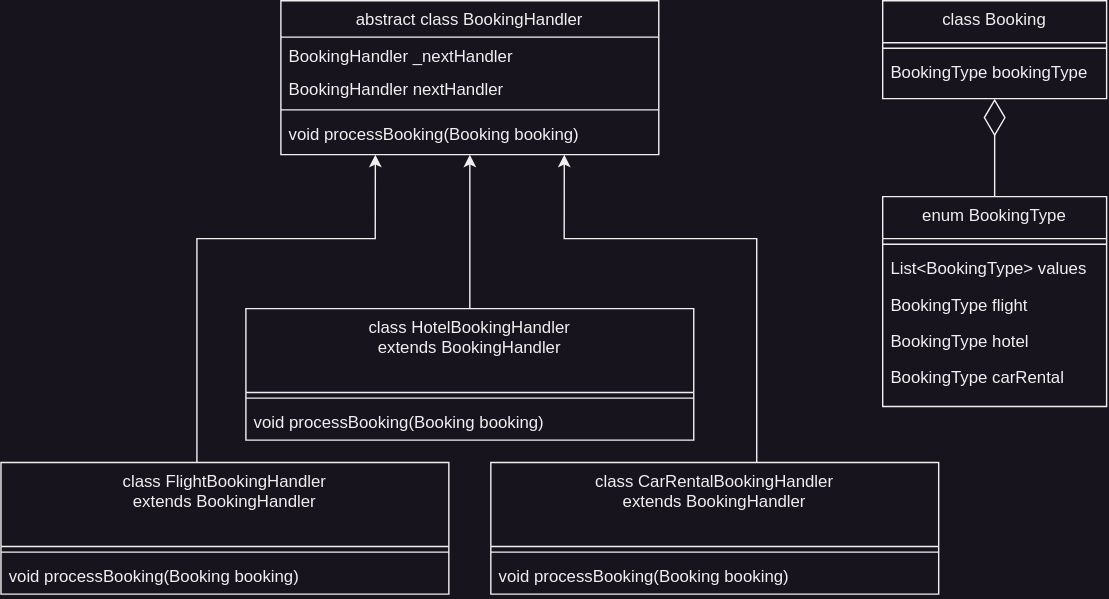
The draw.io diagram patt_chain_of_resp.svg in Alex-0277911/chain_of_responsibility_pattern, before a commit. Source tidied: cells renumbered, new cells last; positions are measured from the earlier drawing's top-left corner, leaving out a move shared by most shapes. The source it was exported from:
```xml
<mxGraphModel>
  <root>
    <mxCell id="0" />
    <mxCell id="1" parent="0" />
    <mxCell id="2" value="abstract class BookingHandler" style="swimlane;fontStyle=0;align=center;verticalAlign=top;horizontal=1;startSize=26;rounded=0;shadow=0;strokeWidth=1;" parent="1" vertex="1">
      <mxGeometry x="200" width="270" height="110" as="geometry" />
    </mxCell>
    <mxCell id="3" value="BookingHandler _nextHandler" style="text;align=left;verticalAlign=top;spacingLeft=4;spacingRight=4;overflow=hidden;" parent="2" vertex="1">
      <mxGeometry y="26" width="270" height="24" as="geometry" />
    </mxCell>
    <mxCell id="4" value="BookingHandler nextHandler" style="text;align=left;verticalAlign=top;spacingLeft=4;spacingRight=4;overflow=hidden;" parent="2" vertex="1">
      <mxGeometry y="50" width="270" height="24" as="geometry" />
    </mxCell>
    <mxCell id="5" style="line;strokeWidth=1;fillColor=none;align=left;verticalAlign=middle;spacingTop=-1;spacingLeft=3;spacingRight=3;labelPosition=right;strokeColor=inherit;" parent="2" vertex="1">
      <mxGeometry y="74" width="270" height="8" as="geometry" />
    </mxCell>
    <mxCell id="6" value="void processBooking(Booking booking)" style="text;align=left;verticalAlign=top;spacingLeft=4;spacingRight=4;overflow=hidden;" parent="2" vertex="1">
      <mxGeometry y="82" width="270" height="26" as="geometry" />
    </mxCell>
    <mxCell id="7" style="edgeStyle=orthogonalEdgeStyle;rounded=0;jettySize=auto;html=1;entryX=0.25;entryY=1;entryDx=0;entryDy=0;" parent="1" edge="1" source="8" target="2">
      <mxGeometry relative="1" as="geometry">
        <Array as="points">
          <mxPoint x="140" y="170" />
          <mxPoint x="267" y="170" />
        </Array>
      </mxGeometry>
    </mxCell>
    <mxCell id="8" value="class FlightBookingHandler &#10;extends BookingHandler" style="swimlane;fontStyle=0;align=center;verticalAlign=top;horizontal=1;startSize=60;rounded=0;shadow=0;strokeWidth=1;" parent="1" vertex="1">
      <mxGeometry y="330" width="320" height="94" as="geometry" />
    </mxCell>
    <mxCell id="9" style="line;strokeWidth=1;fillColor=none;align=left;verticalAlign=middle;spacingTop=-1;spacingLeft=3;spacingRight=3;labelPosition=right;strokeColor=inherit;" parent="8" vertex="1">
      <mxGeometry y="60" width="320" height="8" as="geometry" />
    </mxCell>
    <mxCell id="10" value="void processBooking(Booking booking)" style="text;align=left;verticalAlign=top;spacingLeft=4;spacingRight=4;overflow=hidden;" parent="8" vertex="1">
      <mxGeometry y="68" width="320" height="26" as="geometry" />
    </mxCell>
    <mxCell id="11" style="edgeStyle=orthogonalEdgeStyle;rounded=0;jettySize=auto;html=1;entryX=0.5;entryY=1;entryDx=0;entryDy=0;" parent="1" edge="1" source="12" target="2">
      <mxGeometry relative="1" as="geometry" />
    </mxCell>
    <mxCell id="12" value="class HotelBookingHandler &#10;extends BookingHandler" style="swimlane;fontStyle=0;align=center;verticalAlign=top;horizontal=1;startSize=60;rounded=0;shadow=0;strokeWidth=1;" parent="1" vertex="1">
      <mxGeometry x="175" y="220" width="320" height="94" as="geometry" />
    </mxCell>
    <mxCell id="13" style="line;strokeWidth=1;fillColor=none;align=left;verticalAlign=middle;spacingTop=-1;spacingLeft=3;spacingRight=3;labelPosition=right;strokeColor=inherit;" parent="12" vertex="1">
      <mxGeometry y="60" width="320" height="8" as="geometry" />
    </mxCell>
    <mxCell id="14" value="void processBooking(Booking booking)" style="text;align=left;verticalAlign=top;spacingLeft=4;spacingRight=4;overflow=hidden;" parent="12" vertex="1">
      <mxGeometry y="68" width="320" height="26" as="geometry" />
    </mxCell>
    <mxCell id="15" style="edgeStyle=orthogonalEdgeStyle;rounded=0;jettySize=auto;html=1;entryX=0.75;entryY=1;entryDx=0;entryDy=0;" parent="1" edge="1" source="16" target="2">
      <mxGeometry relative="1" as="geometry">
        <Array as="points">
          <mxPoint x="540" y="170" />
          <mxPoint x="402" y="170" />
        </Array>
      </mxGeometry>
    </mxCell>
    <mxCell id="16" value="class CarRentalBookingHandler &#10;extends BookingHandler" style="swimlane;fontStyle=0;align=center;verticalAlign=top;horizontal=1;startSize=60;rounded=0;shadow=0;strokeWidth=1;" parent="1" vertex="1">
      <mxGeometry x="350" y="330" width="320" height="94" as="geometry" />
    </mxCell>
    <mxCell id="17" style="line;strokeWidth=1;fillColor=none;align=left;verticalAlign=middle;spacingTop=-1;spacingLeft=3;spacingRight=3;labelPosition=right;strokeColor=inherit;" parent="16" vertex="1">
      <mxGeometry y="60" width="320" height="8" as="geometry" />
    </mxCell>
    <mxCell id="18" value="void processBooking(Booking booking)" style="text;align=left;verticalAlign=top;spacingLeft=4;spacingRight=4;overflow=hidden;" parent="16" vertex="1">
      <mxGeometry y="68" width="320" height="26" as="geometry" />
    </mxCell>
    <mxCell id="19" value="enum BookingType" style="swimlane;fontStyle=0;align=center;verticalAlign=top;horizontal=1;startSize=30;rounded=0;shadow=0;strokeWidth=1;" parent="1" vertex="1">
      <mxGeometry x="630" y="140" width="160" height="150" as="geometry" />
    </mxCell>
    <mxCell id="20" style="line;strokeWidth=1;fillColor=none;align=left;verticalAlign=middle;spacingTop=-1;spacingLeft=3;spacingRight=3;labelPosition=right;strokeColor=inherit;" parent="19" vertex="1">
      <mxGeometry y="30" width="160" height="8" as="geometry" />
    </mxCell>
    <mxCell id="21" value="List&lt;BookingType&gt; values" style="text;align=left;verticalAlign=top;spacingLeft=4;spacingRight=4;overflow=hidden;" parent="19" vertex="1">
      <mxGeometry y="38" width="160" height="26" as="geometry" />
    </mxCell>
    <mxCell id="22" value="BookingType flight" style="text;align=left;verticalAlign=top;spacingLeft=4;spacingRight=4;overflow=hidden;" parent="19" vertex="1">
      <mxGeometry y="64" width="160" height="26" as="geometry" />
    </mxCell>
    <mxCell id="23" value="BookingType hotel" style="text;align=left;verticalAlign=top;spacingLeft=4;spacingRight=4;overflow=hidden;" parent="19" vertex="1">
      <mxGeometry y="90" width="160" height="26" as="geometry" />
    </mxCell>
    <mxCell id="24" value="BookingType carRental" style="text;align=left;verticalAlign=top;spacingLeft=4;spacingRight=4;overflow=hidden;" parent="19" vertex="1">
      <mxGeometry y="116" width="160" height="26" as="geometry" />
    </mxCell>
    <mxCell id="25" value="class Booking" style="swimlane;fontStyle=0;align=center;verticalAlign=top;horizontal=1;startSize=30;rounded=0;shadow=0;strokeWidth=1;" parent="1" vertex="1">
      <mxGeometry x="630" width="160" height="70" as="geometry" />
    </mxCell>
    <mxCell id="26" style="line;strokeWidth=1;fillColor=none;align=left;verticalAlign=middle;spacingTop=-1;spacingLeft=3;spacingRight=3;labelPosition=right;strokeColor=inherit;" parent="25" vertex="1">
      <mxGeometry y="30" width="160" height="8" as="geometry" />
    </mxCell>
    <mxCell id="27" value="BookingType bookingType" style="text;align=left;verticalAlign=top;spacingLeft=4;spacingRight=4;overflow=hidden;" parent="25" vertex="1">
      <mxGeometry y="38" width="160" height="26" as="geometry" />
    </mxCell>
    <mxCell id="28" style="endArrow=diamondThin;endFill=0;endSize=24;html=1;rounded=0;entryX=0.5;entryY=1;entryDx=0;entryDy=0;exitX=0.5;exitY=0;exitDx=0;exitDy=0;" parent="1" edge="1" source="19" target="25">
      <mxGeometry relative="1" as="geometry" />
    </mxCell>
  </root>
</mxGraphModel>
```
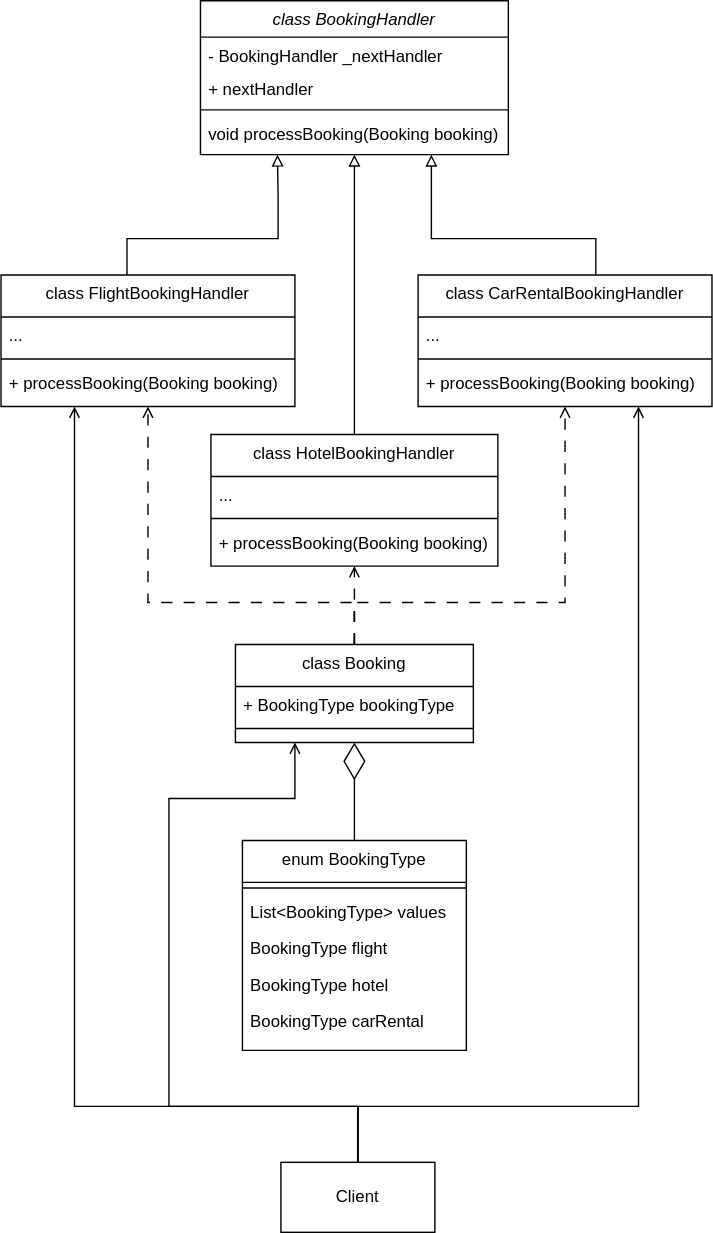
The same file after the commit.

What changed in the source:
```diff
@@ -2,69 +2,79 @@
   <root>
     <mxCell id="0" />
     <mxCell id="1" parent="0" />
-    <mxCell id="2" value="abstract class BookingHandler" style="swimlane;fontStyle=0;align=center;verticalAlign=top;horizontal=1;startSize=26;rounded=0;shadow=0;strokeWidth=1;" parent="1" vertex="1">
-      <mxGeometry x="200" width="270" height="110" as="geometry" />
+    <mxCell id="2" value="class BookingHandler" style="swimlane;fontStyle=2;align=center;verticalAlign=top;horizontal=1;startSize=26;rounded=0;shadow=0;strokeWidth=1;" parent="1" vertex="1">
+      <mxGeometry x="302.5" y="135" width="220" height="110" as="geometry" />
     </mxCell>
-    <mxCell id="3" value="BookingHandler _nextHandler" style="text;align=left;verticalAlign=top;spacingLeft=4;spacingRight=4;overflow=hidden;" parent="2" vertex="1">
-      <mxGeometry y="26" width="270" height="24" as="geometry" />
+    <mxCell id="3" value="- BookingHandler _nextHandler" style="text;align=left;verticalAlign=top;spacingLeft=4;spacingRight=4;overflow=hidden;" parent="2" vertex="1">
+      <mxGeometry y="26" width="220" height="24" as="geometry" />
     </mxCell>
-    <mxCell id="4" value="BookingHandler nextHandler" style="text;align=left;verticalAlign=top;spacingLeft=4;spacingRight=4;overflow=hidden;" parent="2" vertex="1">
-      <mxGeometry y="50" width="270" height="24" as="geometry" />
+    <mxCell id="4" value="+ nextHandler" style="text;align=left;verticalAlign=top;spacingLeft=4;spacingRight=4;overflow=hidden;" parent="2" vertex="1">
+      <mxGeometry y="50" width="220" height="24" as="geometry" />
     </mxCell>
     <mxCell id="5" style="line;strokeWidth=1;fillColor=none;align=left;verticalAlign=middle;spacingTop=-1;spacingLeft=3;spacingRight=3;labelPosition=right;strokeColor=inherit;" parent="2" vertex="1">
-      <mxGeometry y="74" width="270" height="8" as="geometry" />
+      <mxGeometry y="74" width="220" height="8" as="geometry" />
     </mxCell>
     <mxCell id="6" value="void processBooking(Booking booking)" style="text;align=left;verticalAlign=top;spacingLeft=4;spacingRight=4;overflow=hidden;" parent="2" vertex="1">
-      <mxGeometry y="82" width="270" height="26" as="geometry" />
+      <mxGeometry y="82" width="220" height="26" as="geometry" />
     </mxCell>
-    <mxCell id="7" style="edgeStyle=orthogonalEdgeStyle;rounded=0;jettySize=auto;html=1;entryX=0.25;entryY=1;entryDx=0;entryDy=0;" parent="1" edge="1" source="8" target="2">
+    <mxCell id="7" style="edgeStyle=orthogonalEdgeStyle;rounded=0;jettySize=auto;html=1;entryX=0.25;entryY=1;entryDx=0;entryDy=0;endArrow=block;endFill=0;" parent="1" edge="1" source="8" target="2">
       <mxGeometry relative="1" as="geometry">
         <Array as="points">
-          <mxPoint x="140" y="170" />
-          <mxPoint x="267" y="170" />
+          <mxPoint x="250" y="305" />
+          <mxPoint x="358" y="305" />
+          <mxPoint x="358" y="275" />
         </Array>
       </mxGeometry>
     </mxCell>
-    <mxCell id="8" value="class FlightBookingHandler &#10;extends BookingHandler" style="swimlane;fontStyle=0;align=center;verticalAlign=top;horizontal=1;startSize=60;rounded=0;shadow=0;strokeWidth=1;" parent="1" vertex="1">
-      <mxGeometry y="330" width="320" height="94" as="geometry" />
+    <mxCell id="8" value="class FlightBookingHandler" style="swimlane;fontStyle=0;align=center;verticalAlign=top;horizontal=1;startSize=30;rounded=0;shadow=0;strokeWidth=1;" parent="1" vertex="1">
+      <mxGeometry x="160" y="331" width="210" height="94" as="geometry" />
     </mxCell>
+    <mxCell id="29" value="..." style="text;align=left;verticalAlign=top;spacingLeft=4;spacingRight=4;overflow=hidden;" parent="8" vertex="1">
+      <mxGeometry y="30" width="210" height="26" as="geometry" />
+    </mxCell>
     <mxCell id="9" style="line;strokeWidth=1;fillColor=none;align=left;verticalAlign=middle;spacingTop=-1;spacingLeft=3;spacingRight=3;labelPosition=right;strokeColor=inherit;" parent="8" vertex="1">
-      <mxGeometry y="60" width="320" height="8" as="geometry" />
+      <mxGeometry y="56" width="210" height="8" as="geometry" />
     </mxCell>
-    <mxCell id="10" value="void processBooking(Booking booking)" style="text;align=left;verticalAlign=top;spacingLeft=4;spacingRight=4;overflow=hidden;" parent="8" vertex="1">
-      <mxGeometry y="68" width="320" height="26" as="geometry" />
+    <mxCell id="10" value="+ processBooking(Booking booking)" style="text;align=left;verticalAlign=top;spacingLeft=4;spacingRight=4;overflow=hidden;" parent="8" vertex="1">
+      <mxGeometry y="64" width="210" height="26" as="geometry" />
     </mxCell>
-    <mxCell id="11" style="edgeStyle=orthogonalEdgeStyle;rounded=0;jettySize=auto;html=1;entryX=0.5;entryY=1;entryDx=0;entryDy=0;" parent="1" edge="1" source="12" target="2">
+    <mxCell id="11" style="edgeStyle=orthogonalEdgeStyle;rounded=0;jettySize=auto;html=1;entryX=0.5;entryY=1;entryDx=0;entryDy=0;endArrow=block;endFill=0;" parent="1" edge="1" source="12" target="2">
       <mxGeometry relative="1" as="geometry" />
     </mxCell>
-    <mxCell id="12" value="class HotelBookingHandler &#10;extends BookingHandler" style="swimlane;fontStyle=0;align=center;verticalAlign=top;horizontal=1;startSize=60;rounded=0;shadow=0;strokeWidth=1;" parent="1" vertex="1">
-      <mxGeometry x="175" y="220" width="320" height="94" as="geometry" />
+    <mxCell id="12" value="class HotelBookingHandler" style="swimlane;fontStyle=0;align=center;verticalAlign=top;horizontal=1;startSize=30;rounded=0;shadow=0;strokeWidth=1;" parent="1" vertex="1">
+      <mxGeometry x="310" y="445" width="205" height="94" as="geometry" />
     </mxCell>
+    <mxCell id="30" value="..." style="text;align=left;verticalAlign=top;spacingLeft=4;spacingRight=4;overflow=hidden;" parent="12" vertex="1">
+      <mxGeometry y="30" width="205" height="26" as="geometry" />
+    </mxCell>
     <mxCell id="13" style="line;strokeWidth=1;fillColor=none;align=left;verticalAlign=middle;spacingTop=-1;spacingLeft=3;spacingRight=3;labelPosition=right;strokeColor=inherit;" parent="12" vertex="1">
-      <mxGeometry y="60" width="320" height="8" as="geometry" />
+      <mxGeometry y="56" width="205" height="8" as="geometry" />
     </mxCell>
-    <mxCell id="14" value="void processBooking(Booking booking)" style="text;align=left;verticalAlign=top;spacingLeft=4;spacingRight=4;overflow=hidden;" parent="12" vertex="1">
-      <mxGeometry y="68" width="320" height="26" as="geometry" />
+    <mxCell id="14" value="+ processBooking(Booking booking)" style="text;align=left;verticalAlign=top;spacingLeft=4;spacingRight=4;overflow=hidden;" parent="12" vertex="1">
+      <mxGeometry y="64" width="205" height="26" as="geometry" />
     </mxCell>
-    <mxCell id="15" style="edgeStyle=orthogonalEdgeStyle;rounded=0;jettySize=auto;html=1;entryX=0.75;entryY=1;entryDx=0;entryDy=0;" parent="1" edge="1" source="16" target="2">
+    <mxCell id="15" style="edgeStyle=orthogonalEdgeStyle;rounded=0;jettySize=auto;html=1;entryX=0.75;entryY=1;entryDx=0;entryDy=0;endArrow=block;endFill=0;" parent="1" edge="1" source="16" target="2">
       <mxGeometry relative="1" as="geometry">
         <Array as="points">
-          <mxPoint x="540" y="170" />
-          <mxPoint x="402" y="170" />
+          <mxPoint x="585" y="305" />
+          <mxPoint x="468" y="305" />
         </Array>
       </mxGeometry>
     </mxCell>
-    <mxCell id="16" value="class CarRentalBookingHandler &#10;extends BookingHandler" style="swimlane;fontStyle=0;align=center;verticalAlign=top;horizontal=1;startSize=60;rounded=0;shadow=0;strokeWidth=1;" parent="1" vertex="1">
-      <mxGeometry x="350" y="330" width="320" height="94" as="geometry" />
+    <mxCell id="16" value="class CarRentalBookingHandler" style="swimlane;fontStyle=0;align=center;verticalAlign=top;horizontal=1;startSize=30;rounded=0;shadow=0;strokeWidth=1;" parent="1" vertex="1">
+      <mxGeometry x="458" y="331" width="210" height="94" as="geometry" />
     </mxCell>
+    <mxCell id="31" value="..." style="text;align=left;verticalAlign=top;spacingLeft=4;spacingRight=4;overflow=hidden;" parent="16" vertex="1">
+      <mxGeometry y="30" width="210" height="26" as="geometry" />
+    </mxCell>
     <mxCell id="17" style="line;strokeWidth=1;fillColor=none;align=left;verticalAlign=middle;spacingTop=-1;spacingLeft=3;spacingRight=3;labelPosition=right;strokeColor=inherit;" parent="16" vertex="1">
-      <mxGeometry y="60" width="320" height="8" as="geometry" />
+      <mxGeometry y="56" width="210" height="8" as="geometry" />
     </mxCell>
-    <mxCell id="18" value="void processBooking(Booking booking)" style="text;align=left;verticalAlign=top;spacingLeft=4;spacingRight=4;overflow=hidden;" parent="16" vertex="1">
-      <mxGeometry y="68" width="320" height="26" as="geometry" />
+    <mxCell id="18" value="+ processBooking(Booking booking)" style="text;align=left;verticalAlign=top;spacingLeft=4;spacingRight=4;overflow=hidden;" parent="16" vertex="1">
+      <mxGeometry y="64" width="210" height="26" as="geometry" />
     </mxCell>
     <mxCell id="19" value="enum BookingType" style="swimlane;fontStyle=0;align=center;verticalAlign=top;horizontal=1;startSize=30;rounded=0;shadow=0;strokeWidth=1;" parent="1" vertex="1">
-      <mxGeometry x="630" y="140" width="160" height="150" as="geometry" />
+      <mxGeometry x="332.5" y="735" width="160" height="150" as="geometry" />
     </mxCell>
     <mxCell id="20" style="line;strokeWidth=1;fillColor=none;align=left;verticalAlign=middle;spacingTop=-1;spacingLeft=3;spacingRight=3;labelPosition=right;strokeColor=inherit;" parent="19" vertex="1">
       <mxGeometry y="30" width="160" height="8" as="geometry" />
@@ -81,17 +91,65 @@
     <mxCell id="24" value="BookingType carRental" style="text;align=left;verticalAlign=top;spacingLeft=4;spacingRight=4;overflow=hidden;" parent="19" vertex="1">
       <mxGeometry y="116" width="160" height="26" as="geometry" />
     </mxCell>
+    <mxCell id="32" style="edgeStyle=orthogonalEdgeStyle;rounded=0;jettySize=auto;html=1;entryX=0.5;entryY=1;entryDx=0;entryDy=0;endArrow=open;endFill=0;dashed=1;dashPattern=8 8;" parent="1" edge="1" source="25" target="12">
+      <mxGeometry relative="1" as="geometry" />
+    </mxCell>
+    <mxCell id="33" style="edgeStyle=orthogonalEdgeStyle;rounded=0;jettySize=auto;html=1;entryX=0.5;entryY=1;entryDx=0;entryDy=0;dashed=1;dashPattern=8 8;endArrow=open;endFill=0;" parent="1" edge="1" source="25" target="16">
+      <mxGeometry relative="1" as="geometry">
+        <Array as="points">
+          <mxPoint x="412" y="565" />
+          <mxPoint x="563" y="565" />
+        </Array>
+      </mxGeometry>
+    </mxCell>
+    <mxCell id="34" style="edgeStyle=orthogonalEdgeStyle;rounded=0;jettySize=auto;html=1;entryX=0.5;entryY=1;entryDx=0;entryDy=0;dashed=1;dashPattern=8 8;endArrow=open;endFill=0;" parent="1" edge="1" source="25" target="8">
+      <mxGeometry relative="1" as="geometry">
+        <Array as="points">
+          <mxPoint x="412" y="565" />
+          <mxPoint x="265" y="565" />
+        </Array>
+      </mxGeometry>
+    </mxCell>
     <mxCell id="25" value="class Booking" style="swimlane;fontStyle=0;align=center;verticalAlign=top;horizontal=1;startSize=30;rounded=0;shadow=0;strokeWidth=1;" parent="1" vertex="1">
-      <mxGeometry x="630" width="160" height="70" as="geometry" />
+      <mxGeometry x="327.5" y="595" width="170" height="70" as="geometry" />
     </mxCell>
+    <mxCell id="27" value="+ BookingType bookingType" style="text;align=left;verticalAlign=top;spacingLeft=4;spacingRight=4;overflow=hidden;" parent="25" vertex="1">
+      <mxGeometry y="30" width="170" height="26" as="geometry" />
+    </mxCell>
     <mxCell id="26" style="line;strokeWidth=1;fillColor=none;align=left;verticalAlign=middle;spacingTop=-1;spacingLeft=3;spacingRight=3;labelPosition=right;strokeColor=inherit;" parent="25" vertex="1">
-      <mxGeometry y="30" width="160" height="8" as="geometry" />
+      <mxGeometry y="56" width="170" height="8" as="geometry" />
     </mxCell>
-    <mxCell id="27" value="BookingType bookingType" style="text;align=left;verticalAlign=top;spacingLeft=4;spacingRight=4;overflow=hidden;" parent="25" vertex="1">
-      <mxGeometry y="38" width="160" height="26" as="geometry" />
-    </mxCell>
     <mxCell id="28" style="endArrow=diamondThin;endFill=0;endSize=24;html=1;rounded=0;entryX=0.5;entryY=1;entryDx=0;entryDy=0;exitX=0.5;exitY=0;exitDx=0;exitDy=0;" parent="1" edge="1" source="19" target="25">
       <mxGeometry relative="1" as="geometry" />
     </mxCell>
+    <mxCell id="35" style="edgeStyle=orthogonalEdgeStyle;rounded=0;jettySize=auto;html=1;entryX=0.75;entryY=1;entryDx=0;entryDy=0;endArrow=open;endFill=0;" parent="1" edge="1" source="38" target="16">
+      <mxGeometry relative="1" as="geometry">
+        <Array as="points">
+          <mxPoint x="415" y="925" />
+          <mxPoint x="615" y="925" />
+        </Array>
+      </mxGeometry>
+    </mxCell>
+    <mxCell id="36" style="edgeStyle=orthogonalEdgeStyle;rounded=0;jettySize=auto;html=1;entryX=0.25;entryY=1;entryDx=0;entryDy=0;endArrow=open;endFill=0;" parent="1" edge="1" source="38" target="8">
+      <mxGeometry relative="1" as="geometry">
+        <Array as="points">
+          <mxPoint x="415" y="925" />
+          <mxPoint x="213" y="925" />
+        </Array>
+      </mxGeometry>
+    </mxCell>
+    <mxCell id="37" style="edgeStyle=orthogonalEdgeStyle;rounded=0;jettySize=auto;html=1;entryX=0.25;entryY=1;entryDx=0;entryDy=0;endArrow=open;endFill=0;" parent="1" edge="1" source="38" target="25">
+      <mxGeometry relative="1" as="geometry">
+        <Array as="points">
+          <mxPoint x="415" y="925" />
+          <mxPoint x="280" y="925" />
+          <mxPoint x="280" y="705" />
+          <mxPoint x="370" y="705" />
+        </Array>
+      </mxGeometry>
+    </mxCell>
+    <mxCell id="38" value="Client" style="html=1;whiteSpace=wrap;" parent="1" vertex="1">
+      <mxGeometry x="360" y="965" width="110" height="50" as="geometry" />
+    </mxCell>
   </root>
 </mxGraphModel>
```
